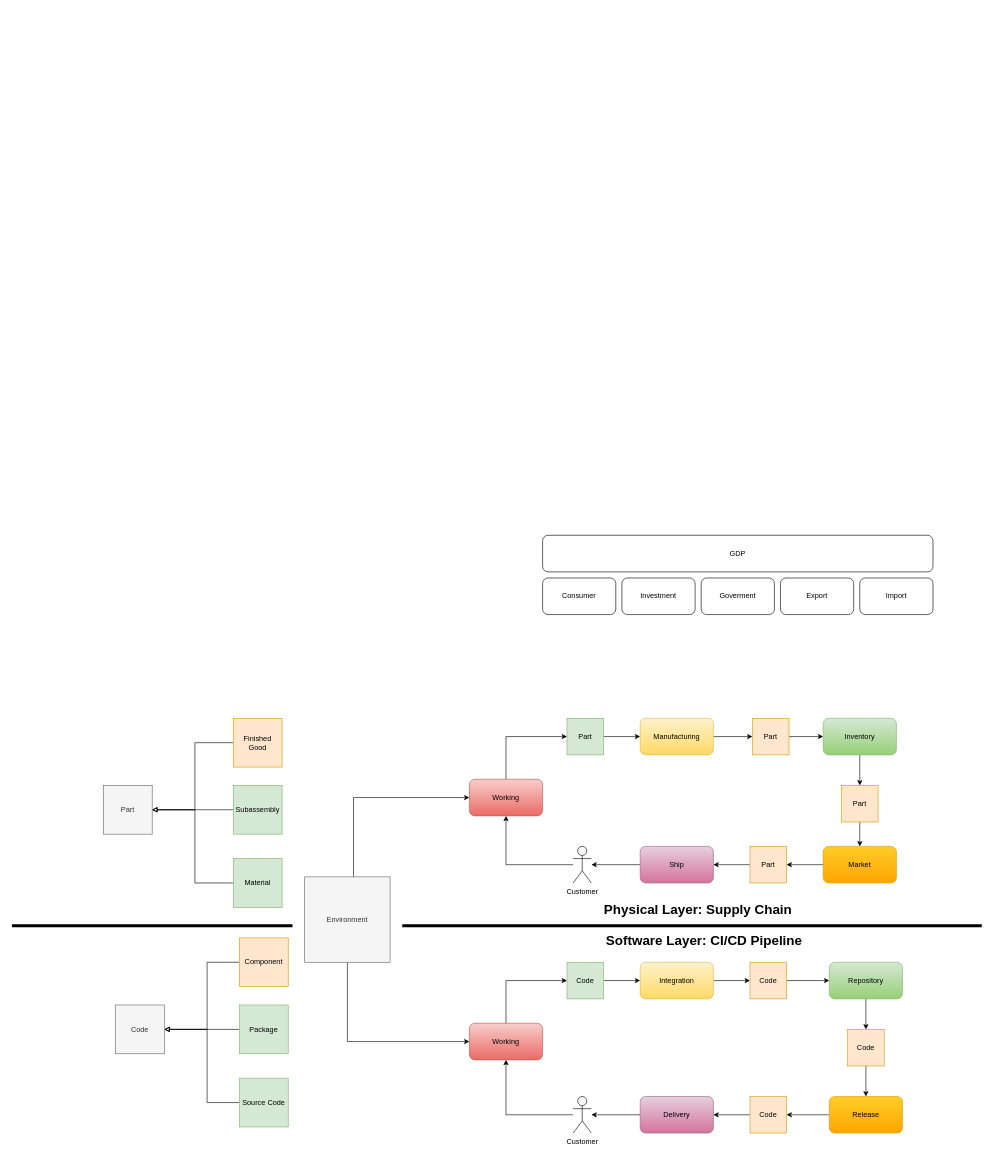
chavp/data-modeling keeps this draw.io diagram as economics.drawio. Above is the earlier version. Source tidied: cells renumbered, new cells numbered last; positions are measured from the earlier drawing's top-left corner, leaving out a move shared by most shapes. Both pictures are drawn from the tidied source at 61%, with x=0, y=0 at pixel (12, 535).
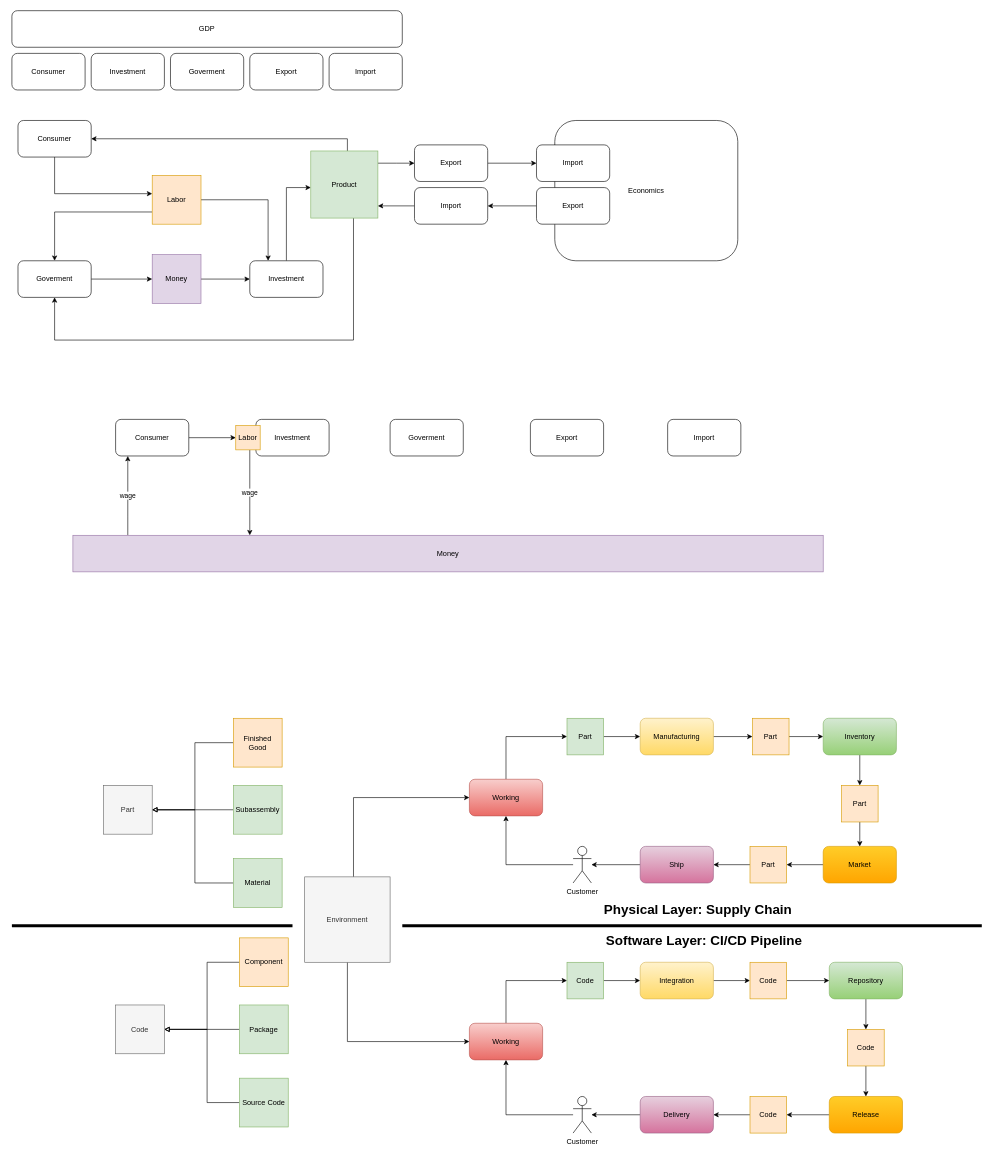
The same page after the edit.

Change to the diagram source:
```diff
@@
     <mxCell id="2" value="GDP" style="rounded=1;whiteSpace=wrap;html=1;" parent="1" vertex="1">
-      <mxGeometry x="870" width="640" height="60" as="geometry" />
+      <mxGeometry y="-860" width="640" height="60" as="geometry" />
     </mxCell>
     <mxCell id="3" value="Consumer" style="rounded=1;whiteSpace=wrap;html=1;" parent="1" vertex="1">
-      <mxGeometry x="870" y="70" width="120" height="60" as="geometry" />
+      <mxGeometry y="-790" width="120" height="60" as="geometry" />
     </mxCell>
     <mxCell id="4" value="Investment" style="rounded=1;whiteSpace=wrap;html=1;" parent="1" vertex="1">
-      <mxGeometry x="1000" y="70" width="120" height="60" as="geometry" />
+      <mxGeometry x="130" y="-790" width="120" height="60" as="geometry" />
     </mxCell>
     <mxCell id="5" value="Goverment" style="rounded=1;whiteSpace=wrap;html=1;" parent="1" vertex="1">
-      <mxGeometry x="1130" y="70" width="120" height="60" as="geometry" />
+      <mxGeometry x="260" y="-790" width="120" height="60" as="geometry" />
     </mxCell>
     <mxCell id="6" value="Export" style="rounded=1;whiteSpace=wrap;html=1;" parent="1" vertex="1">
-      <mxGeometry x="1260" y="70" width="120" height="60" as="geometry" />
+      <mxGeometry x="390" y="-790" width="120" height="60" as="geometry" />
     </mxCell>
     <mxCell id="7" value="Import" style="rounded=1;whiteSpace=wrap;html=1;" parent="1" vertex="1">
-      <mxGeometry x="1390" y="70" width="120" height="60" as="geometry" />
+      <mxGeometry x="520" y="-790" width="120" height="60" as="geometry" />
     </mxCell>
@@
+    <mxCell id="69" style="edgeStyle=orthogonalEdgeStyle;rounded=0;jettySize=auto;html=1;" parent="1" edge="1" source="70" target="87">
+      <mxGeometry relative="1" as="geometry">
+        <Array as="points">
+          <mxPoint x="70" y="-560" />
+        </Array>
+      </mxGeometry>
+    </mxCell>
+    <mxCell id="70" value="Consumer" style="rounded=1;whiteSpace=wrap;html=1;" parent="1" vertex="1">
+      <mxGeometry x="10" y="-680" width="120" height="60" as="geometry" />
+    </mxCell>
+    <mxCell id="71" style="edgeStyle=orthogonalEdgeStyle;rounded=0;jettySize=auto;html=1;" parent="1" edge="1" source="74" target="70">
+      <mxGeometry relative="1" as="geometry">
+        <Array as="points">
+          <mxPoint x="550" y="-650" />
+        </Array>
+      </mxGeometry>
+    </mxCell>
+    <mxCell id="72" style="edgeStyle=orthogonalEdgeStyle;rounded=0;jettySize=auto;html=1;" parent="1" edge="1" source="74" target="82">
+      <mxGeometry relative="1" as="geometry">
+        <Array as="points">
+          <mxPoint x="630" y="-610" />
+          <mxPoint x="630" y="-610" />
+        </Array>
+      </mxGeometry>
+    </mxCell>
+    <mxCell id="73" style="edgeStyle=orthogonalEdgeStyle;rounded=0;jettySize=auto;html=1;" parent="1" edge="1" source="74" target="80">
+      <mxGeometry relative="1" as="geometry">
+        <Array as="points">
+          <mxPoint x="560" y="-550" />
+          <mxPoint x="560" y="-320" />
+          <mxPoint x="70" y="-320" />
+        </Array>
+      </mxGeometry>
+    </mxCell>
+    <mxCell id="74" value="Product" style="whiteSpace=wrap;html=1;fillColor=#d5e8d4;strokeColor=#82b366;" parent="1" vertex="1">
+      <mxGeometry x="490" y="-630" width="110" height="110" as="geometry" />
+    </mxCell>
+    <mxCell id="75" style="edgeStyle=orthogonalEdgeStyle;rounded=0;jettySize=auto;html=1;" parent="1" edge="1" source="76" target="74">
+      <mxGeometry relative="1" as="geometry">
+        <Array as="points">
+          <mxPoint x="450" y="-570" />
+        </Array>
+      </mxGeometry>
+    </mxCell>
+    <mxCell id="76" value="Investment" style="rounded=1;whiteSpace=wrap;html=1;" parent="1" vertex="1">
+      <mxGeometry x="390" y="-450" width="120" height="60" as="geometry" />
+    </mxCell>
+    <mxCell id="77" style="edgeStyle=orthogonalEdgeStyle;rounded=0;jettySize=auto;html=1;" parent="1" edge="1" source="78" target="76">
+      <mxGeometry relative="1" as="geometry" />
+    </mxCell>
+    <mxCell id="78" value="Money" style="whiteSpace=wrap;html=1;fillColor=#e1d5e7;strokeColor=#9673a6;" parent="1" vertex="1">
+      <mxGeometry x="230" y="-460" width="80" height="80" as="geometry" />
+    </mxCell>
+    <mxCell id="79" style="edgeStyle=orthogonalEdgeStyle;rounded=0;jettySize=auto;html=1;" parent="1" edge="1" source="80" target="78">
+      <mxGeometry relative="1" as="geometry" />
+    </mxCell>
+    <mxCell id="80" value="Goverment" style="rounded=1;whiteSpace=wrap;html=1;" parent="1" vertex="1">
+      <mxGeometry x="10" y="-450" width="120" height="60" as="geometry" />
+    </mxCell>
+    <mxCell id="81" style="edgeStyle=orthogonalEdgeStyle;rounded=0;jettySize=auto;html=1;" parent="1" edge="1" source="82" target="89">
+      <mxGeometry relative="1" as="geometry" />
+    </mxCell>
+    <mxCell id="82" value="Export" style="rounded=1;whiteSpace=wrap;html=1;" parent="1" vertex="1">
+      <mxGeometry x="660" y="-640" width="120" height="60" as="geometry" />
+    </mxCell>
+    <mxCell id="83" style="edgeStyle=orthogonalEdgeStyle;rounded=0;jettySize=auto;html=1;" parent="1" edge="1" source="84" target="74">
+      <mxGeometry relative="1" as="geometry">
+        <Array as="points">
+          <mxPoint x="530" y="-520" />
+          <mxPoint x="530" y="-550" />
+        </Array>
+      </mxGeometry>
+    </mxCell>
+    <mxCell id="84" value="Import" style="rounded=1;whiteSpace=wrap;html=1;" parent="1" vertex="1">
+      <mxGeometry x="660" y="-570" width="120" height="60" as="geometry" />
+    </mxCell>
+    <mxCell id="85" style="edgeStyle=orthogonalEdgeStyle;rounded=0;jettySize=auto;html=1;" parent="1" edge="1" source="87" target="76">
+      <mxGeometry relative="1" as="geometry">
+        <Array as="points">
+          <mxPoint x="420" y="-550" />
+        </Array>
+      </mxGeometry>
+    </mxCell>
+    <mxCell id="86" style="edgeStyle=orthogonalEdgeStyle;rounded=0;jettySize=auto;html=1;" parent="1" edge="1" source="87" target="80">
+      <mxGeometry relative="1" as="geometry">
+        <Array as="points">
+          <mxPoint x="70" y="-530" />
+        </Array>
+      </mxGeometry>
+    </mxCell>
+    <mxCell id="87" value="Labor" style="whiteSpace=wrap;html=1;fillColor=#ffe6cc;strokeColor=#d79b00;" parent="1" vertex="1">
+      <mxGeometry x="230" y="-590" width="80" height="80" as="geometry" />
+    </mxCell>
+    <mxCell id="88" value="Economics" style="rounded=1;whiteSpace=wrap;html=1;" parent="1" vertex="1">
+      <mxGeometry x="890" y="-680" width="300" height="230" as="geometry" />
+    </mxCell>
+    <mxCell id="89" value="Import" style="rounded=1;whiteSpace=wrap;html=1;" parent="1" vertex="1">
+      <mxGeometry x="860" y="-640" width="120" height="60" as="geometry" />
+    </mxCell>
+    <mxCell id="90" style="edgeStyle=orthogonalEdgeStyle;rounded=0;jettySize=auto;html=1;" parent="1" edge="1" source="91" target="84">
+      <mxGeometry relative="1" as="geometry" />
+    </mxCell>
+    <mxCell id="91" value="Export" style="rounded=1;whiteSpace=wrap;html=1;" parent="1" vertex="1">
+      <mxGeometry x="860" y="-570" width="120" height="60" as="geometry" />
+    </mxCell>
+    <mxCell id="92" value="wage" style="edgeStyle=orthogonalEdgeStyle;rounded=0;jettySize=auto;html=1;" parent="1" edge="1" source="93" target="95">
+      <mxGeometry relative="1" as="geometry">
+        <Array as="points">
+          <mxPoint x="190" y="-30" />
+          <mxPoint x="190" y="-30" />
+        </Array>
+      </mxGeometry>
+    </mxCell>
+    <mxCell id="93" value="Money" style="rounded=0;whiteSpace=wrap;html=1;fillColor=#e1d5e7;strokeColor=#9673a6;" parent="1" vertex="1">
+      <mxGeometry x="100" width="1230" height="60" as="geometry" />
+    </mxCell>
+    <mxCell id="94" style="edgeStyle=orthogonalEdgeStyle;rounded=0;jettySize=auto;html=1;" parent="1" edge="1" source="95" target="101">
+      <mxGeometry relative="1" as="geometry" />
+    </mxCell>
+    <mxCell id="95" value="Consumer" style="rounded=1;whiteSpace=wrap;html=1;" parent="1" vertex="1">
+      <mxGeometry x="170" y="-190" width="120" height="60" as="geometry" />
+    </mxCell>
+    <mxCell id="96" value="Investment" style="rounded=1;whiteSpace=wrap;html=1;" parent="1" vertex="1">
+      <mxGeometry x="400" y="-190" width="120" height="60" as="geometry" />
+    </mxCell>
+    <mxCell id="97" value="Goverment" style="rounded=1;whiteSpace=wrap;html=1;" parent="1" vertex="1">
+      <mxGeometry x="620" y="-190" width="120" height="60" as="geometry" />
+    </mxCell>
+    <mxCell id="98" value="Export" style="rounded=1;whiteSpace=wrap;html=1;" parent="1" vertex="1">
+      <mxGeometry x="850" y="-190" width="120" height="60" as="geometry" />
+    </mxCell>
+    <mxCell id="99" value="Import" style="rounded=1;whiteSpace=wrap;html=1;" parent="1" vertex="1">
+      <mxGeometry x="1075" y="-190" width="120" height="60" as="geometry" />
+    </mxCell>
+    <mxCell id="100" value="wage" style="edgeStyle=orthogonalEdgeStyle;rounded=0;jettySize=auto;html=1;" parent="1" edge="1" source="101" target="93">
+      <mxGeometry relative="1" as="geometry">
+        <Array as="points">
+          <mxPoint x="390" y="-30" />
+          <mxPoint x="390" y="-30" />
+        </Array>
+      </mxGeometry>
+    </mxCell>
+    <mxCell id="101" value="Labor" style="whiteSpace=wrap;html=1;fillColor=#ffe6cc;strokeColor=#d79b00;" parent="1" vertex="1">
+      <mxGeometry x="367" y="-180" width="40" height="40" as="geometry" />
+    </mxCell>
```
